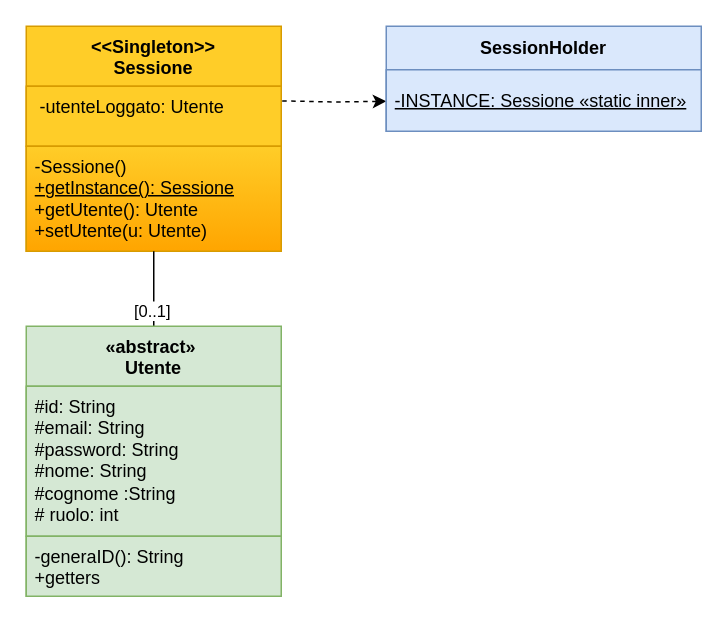
This is Design Level/Singleton.drawio from FedericoSib/FitPlan, a draw.io file, before an edit. Source tidied: cells renumbered, new cells numbered last; positions are measured from the earlier drawing's top-left corner, leaving out a move shared by most shapes. Both pictures are drawn from the tidied source at 150%, with x=0, y=0 at pixel (26, 26).
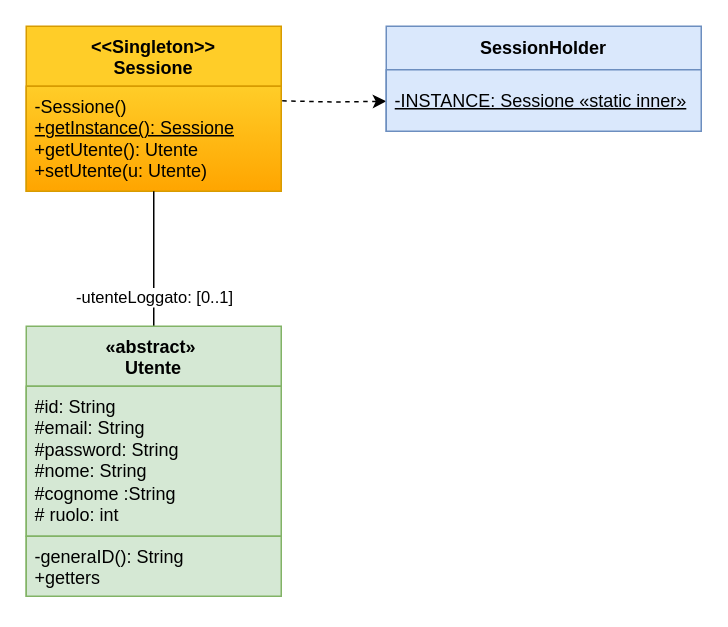
The same page after the edit.

Change to the diagram source:
```diff
@@
 <mxGraphModel>
   <root>
     <mxCell id="0" />
     <mxCell id="1" parent="0" />
     <mxCell id="2" value="&lt;div&gt;&amp;lt;&amp;lt;Singleton&amp;gt;&amp;gt;&lt;/div&gt;&lt;div&gt;Sessione&lt;/div&gt;" style="swimlane;fontStyle=1;align=center;verticalAlign=top;horizontal=1;startSize=40;whiteSpace=wrap;html=1;fillColor=#ffcd28;gradientColor=none;strokeColor=#d79b00;" parent="1" vertex="1">
-      <mxGeometry width="170" height="150" as="geometry" />
+      <mxGeometry width="170" height="110" as="geometry" />
     </mxCell>
-    <mxCell id="3" value="&lt;div&gt;&amp;nbsp;-utenteLoggato: Utente&lt;/div&gt;" style="text;strokeColor=#d79b00;fillColor=#ffcd28;align=left;verticalAlign=top;spacingLeft=4;spacingRight=4;overflow=hidden;points=[[0,0.5],[1,0.5]];portConstraint=eastwest;whiteSpace=wrap;html=1;gradientColor=none;" parent="2" vertex="1">
-      <mxGeometry y="40" width="170" height="40" as="geometry" />
-    </mxCell>
     <mxCell id="4" value="-Sessione()&lt;br&gt;&lt;u&gt;    +getInstance(): Sessione&lt;/u&gt;&lt;br&gt;    +getUtente(): Utente&lt;br&gt;    +setUtente(u: Utente)" style="text;strokeColor=#d79b00;fillColor=#ffcd28;align=left;verticalAlign=top;spacingLeft=4;spacingRight=4;overflow=hidden;whiteSpace=wrap;html=1;gradientColor=#ffa500;" parent="2" vertex="1">
-      <mxGeometry y="80" width="170" height="70" as="geometry" />
+      <mxGeometry y="40" width="170" height="70" as="geometry" />
     </mxCell>
     <mxCell id="5" style="edgeStyle=orthogonalEdgeStyle;rounded=0;jettySize=auto;html=1;entryX=0.5;entryY=1;entryDx=0;entryDy=0;startArrow=none;startFill=0;endArrow=none;endFill=0;" parent="1" edge="1" source="7" target="2">
       <mxGeometry relative="1" as="geometry" />
     </mxCell>
-    <mxCell id="6" value="[0..1]" style="edgeLabel;html=1;align=center;verticalAlign=middle;" parent="5" vertex="1">
-      <mxGeometry x="-0.56" y="2" relative="1" as="geometry" />
-    </mxCell>
+    <mxCell id="13" value="&lt;div&gt;&amp;nbsp;-utenteLoggato: [0..1]&lt;/div&gt;" style="edgeLabel;html=1;align=center;verticalAlign=middle;" parent="5" vertex="1">
+      <mxGeometry x="-0.56" y="2" relative="1" as="geometry" />
+    </mxCell>
     <mxCell id="7" value="&lt;div&gt;«abstract»&amp;nbsp;&lt;/div&gt;&lt;div&gt;Utente&lt;/div&gt;" style="swimlane;fontStyle=1;align=center;verticalAlign=top;horizontal=1;startSize=40;whiteSpace=wrap;html=1;fillColor=#d5e8d4;gradientColor=none;strokeColor=#82b366;" parent="1" vertex="1">
       <mxGeometry y="200" width="170" height="180" as="geometry" />
     </mxCell>
     <mxCell id="8" value="&lt;div&gt;#id:&amp;nbsp;String&lt;/div&gt;&lt;div&gt;#email:&amp;nbsp;String&lt;/div&gt;#password: String &lt;br&gt;#nome: String&lt;br&gt;#cognome :String&lt;br&gt;# ruolo: int" style="text;strokeColor=#82b366;fillColor=#d5e8d4;align=left;verticalAlign=top;spacingLeft=4;spacingRight=4;overflow=hidden;whiteSpace=wrap;html=1;gradientColor=none;" parent="7" vertex="1">
       <mxGeometry y="40" width="170" height="100" as="geometry" />
     </mxCell>
     <mxCell id="9" value="&lt;div&gt;-generaID(): String&lt;/div&gt;&lt;div&gt;+getters&lt;/div&gt;" style="text;strokeColor=#82b366;fillColor=#d5e8d4;align=left;verticalAlign=top;spacingLeft=4;spacingRight=4;overflow=hidden;whiteSpace=wrap;html=1;gradientColor=none;" parent="7" vertex="1">
       <mxGeometry y="140" width="170" height="40" as="geometry" />
     </mxCell>
-    <mxCell id="10" style="edgeStyle=orthogonalEdgeStyle;rounded=0;jettySize=auto;html=1;entryX=0.994;entryY=0.243;entryDx=0;entryDy=0;entryPerimeter=0;startArrow=classic;startFill=1;endArrow=none;endFill=0;dashed=1;exitX=0;exitY=0.5;exitDx=0;exitDy=0;" parent="1" edge="1" target="3">
-      <mxGeometry relative="1" as="geometry">
-        <mxPoint x="240" y="50" as="sourcePoint" />
-      </mxGeometry>
-    </mxCell>
+    <mxCell id="14" style="edgeStyle=orthogonalEdgeStyle;rounded=0;orthogonalLoop=1;jettySize=auto;html=1;entryX=0.994;entryY=0.243;entryDx=0;entryDy=0;entryPerimeter=0;startArrow=classic;startFill=1;endArrow=none;endFill=0;dashed=1;exitX=0;exitY=0.5;exitDx=0;exitDy=0;" parent="1" edge="1">
+      <mxGeometry relative="1" as="geometry">
+        <mxPoint x="240" y="50" as="sourcePoint" />
+        <mxPoint x="169" y="49.7" as="targetPoint" />
+      </mxGeometry>
+    </mxCell>
     <mxCell id="11" value="SessionHolder" style="swimlane;fontStyle=1;align=center;verticalAlign=middle;horizontal=1;startSize=29;html=1;whiteSpace=wrap;fillColor=#dae8fc;gradientColor=none;strokeColor=#6c8ebf;" parent="1" vertex="1">
       <mxGeometry x="240" width="210" height="70" as="geometry" />
     </mxCell>
     <mxCell id="12" value="&lt;div align=&quot;left&quot;&gt;&lt;u&gt;-INSTANCE: Sessione  «static inner»&lt;/u&gt;&lt;/div&gt;" style="text;html=1;strokeColor=#6c8ebf;fillColor=#dae8fc;align=left;verticalAlign=middle;spacingLeft=4;spacingRight=4;overflow=hidden;whiteSpace=wrap;gradientColor=none;" parent="11" vertex="1">
       <mxGeometry y="29" width="210" height="41" as="geometry" />
     </mxCell>
   </root>
 </mxGraphModel>
```
